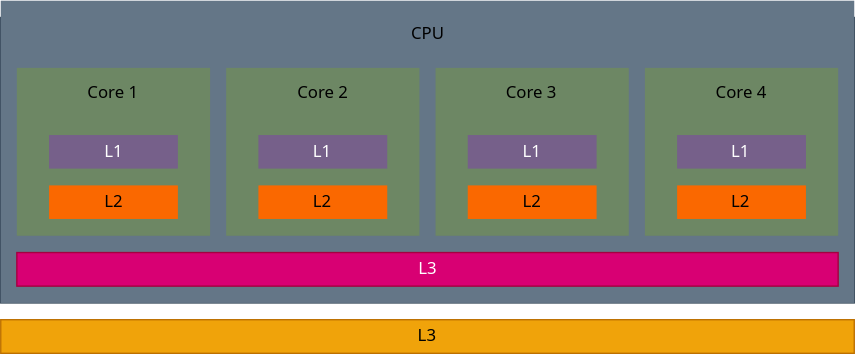
Earlier version of the draw.io export docs/assets/images/cpu_cache.svg (leonhartyao/leonhartyao.github.io). Source tidied: cells renumbered, new cells last; positions are measured from the earlier drawing's top-left corner, leaving out a move shared by most shapes. The source it was exported from:
```xml
<mxGraphModel>
  <root>
    <mxCell id="0" />
    <mxCell id="1" parent="0" />
    <mxCell id="2" style="group;" parent="1" vertex="1">
      <mxGeometry y="12" width="610" height="240" as="geometry" />
    </mxCell>
    <mxCell id="3" style="group;fillColor=#647687;fontColor=#ffffff;strokeColor=#314354;" parent="2" vertex="1">
      <mxGeometry width="610" height="204" as="geometry" />
    </mxCell>
    <mxCell id="4" style="rounded=0;whiteSpace=wrap;html=1;fillColor=#647687;strokeColor=none;fontColor=#ffffff;" parent="3" vertex="1">
      <mxGeometry y="-12" width="610" height="216" as="geometry" />
    </mxCell>
    <mxCell id="5" value="&lt;font face=&quot;Noto Sans&quot;&gt;CPU&lt;/font&gt;" style="text;html=1;strokeColor=none;fillColor=none;align=center;verticalAlign=middle;whiteSpace=wrap;rounded=0;" parent="3" vertex="1">
      <mxGeometry x="152.5" y="-12" width="305" height="48" as="geometry" />
    </mxCell>
    <mxCell id="6" value="&lt;font face=&quot;Noto Sans&quot;&gt;L3&lt;/font&gt;" style="rounded=0;whiteSpace=wrap;html=1;fontFamily=Times New Roman;fillColor=#d80073;strokeColor=#A50040;fontColor=#ffffff;" parent="2" vertex="1">
      <mxGeometry x="11.5" y="168" width="587" height="24" as="geometry" />
    </mxCell>
    <mxCell id="7" style="group;" parent="2" vertex="1">
      <mxGeometry x="11.5" y="36" width="138.1" height="120" as="geometry" />
    </mxCell>
    <mxCell id="8" style="rounded=0;whiteSpace=wrap;html=1;fillColor=#6d8764;strokeColor=none;fontColor=#ffffff;" parent="7" vertex="1">
      <mxGeometry width="138.1" height="120" as="geometry" />
    </mxCell>
    <mxCell id="9" value="&lt;font face=&quot;Noto Sans&quot;&gt;Core 1&lt;/font&gt;" style="text;html=1;strokeColor=none;fillColor=none;align=center;verticalAlign=middle;whiteSpace=wrap;rounded=0;" parent="7" vertex="1">
      <mxGeometry x="34.5" width="69.1" height="36" as="geometry" />
    </mxCell>
    <mxCell id="10" value="&lt;font face=&quot;Noto Sans&quot;&gt;L1&lt;/font&gt;" style="rounded=0;whiteSpace=wrap;html=1;fontFamily=Times New Roman;fillColor=#76608a;fontColor=#ffffff;strokeColor=none;" parent="7" vertex="1">
      <mxGeometry x="23" y="48" width="92.1" height="24" as="geometry" />
    </mxCell>
    <mxCell id="11" value="&lt;font face=&quot;Noto Sans&quot;&gt;L2&lt;/font&gt;" style="rounded=0;whiteSpace=wrap;html=1;fontFamily=Times New Roman;fillColor=#fa6800;fontColor=#000000;strokeColor=none;" parent="7" vertex="1">
      <mxGeometry x="23" y="84" width="92.1" height="24" as="geometry" />
    </mxCell>
    <mxCell id="12" style="group;" parent="2" vertex="1">
      <mxGeometry x="161.1" y="36" width="138.1" height="120" as="geometry" />
    </mxCell>
    <mxCell id="13" style="rounded=0;whiteSpace=wrap;html=1;fillColor=#6d8764;strokeColor=none;fontColor=#ffffff;" parent="12" vertex="1">
      <mxGeometry width="138.1" height="120" as="geometry" />
    </mxCell>
    <mxCell id="14" value="&lt;font face=&quot;Noto Sans&quot;&gt;Core 2&lt;/font&gt;" style="text;html=1;strokeColor=none;fillColor=none;align=center;verticalAlign=middle;whiteSpace=wrap;rounded=0;" parent="12" vertex="1">
      <mxGeometry x="34.5" width="69.1" height="36" as="geometry" />
    </mxCell>
    <mxCell id="15" value="&lt;font face=&quot;Noto Sans&quot;&gt;L1&lt;/font&gt;" style="rounded=0;whiteSpace=wrap;html=1;fontFamily=Times New Roman;fillColor=#76608a;fontColor=#ffffff;strokeColor=none;" parent="12" vertex="1">
      <mxGeometry x="23" y="48" width="92.1" height="24" as="geometry" />
    </mxCell>
    <mxCell id="16" value="&lt;font face=&quot;Noto Sans&quot;&gt;L2&lt;/font&gt;" style="rounded=0;whiteSpace=wrap;html=1;fontFamily=Times New Roman;fillColor=#fa6800;fontColor=#000000;strokeColor=none;" parent="12" vertex="1">
      <mxGeometry x="23" y="84" width="92.1" height="24" as="geometry" />
    </mxCell>
    <mxCell id="17" style="group;" parent="2" vertex="1">
      <mxGeometry x="310.8" y="36" width="138.1" height="120" as="geometry" />
    </mxCell>
    <mxCell id="18" style="rounded=0;whiteSpace=wrap;html=1;fillColor=#6d8764;strokeColor=none;fontColor=#ffffff;" parent="17" vertex="1">
      <mxGeometry width="138.1" height="120" as="geometry" />
    </mxCell>
    <mxCell id="19" value="&lt;font face=&quot;Noto Sans&quot;&gt;Core 3&lt;/font&gt;" style="text;html=1;strokeColor=none;fillColor=none;align=center;verticalAlign=middle;whiteSpace=wrap;rounded=0;" parent="17" vertex="1">
      <mxGeometry x="34.5" width="69.1" height="36" as="geometry" />
    </mxCell>
    <mxCell id="20" value="&lt;font face=&quot;Noto Sans&quot;&gt;L1&lt;/font&gt;" style="rounded=0;whiteSpace=wrap;html=1;fontFamily=Times New Roman;fillColor=#76608a;fontColor=#ffffff;strokeColor=none;" parent="17" vertex="1">
      <mxGeometry x="23" y="48" width="92.1" height="24" as="geometry" />
    </mxCell>
    <mxCell id="21" value="&lt;font face=&quot;Noto Sans&quot;&gt;L2&lt;/font&gt;" style="rounded=0;whiteSpace=wrap;html=1;fontFamily=Times New Roman;fillColor=#fa6800;fontColor=#000000;strokeColor=none;" parent="17" vertex="1">
      <mxGeometry x="23" y="84" width="92.1" height="24" as="geometry" />
    </mxCell>
    <mxCell id="22" style="group;" parent="2" vertex="1">
      <mxGeometry x="460.4" y="36" width="138.1" height="120" as="geometry" />
    </mxCell>
    <mxCell id="23" style="rounded=0;whiteSpace=wrap;html=1;fillColor=#6d8764;strokeColor=none;fontColor=#ffffff;" parent="22" vertex="1">
      <mxGeometry width="138.1" height="120" as="geometry" />
    </mxCell>
    <mxCell id="24" value="&lt;font face=&quot;Noto Sans&quot;&gt;Core 4&lt;/font&gt;" style="text;html=1;strokeColor=none;fillColor=none;align=center;verticalAlign=middle;whiteSpace=wrap;rounded=0;" parent="22" vertex="1">
      <mxGeometry x="34.5" width="69.1" height="36" as="geometry" />
    </mxCell>
    <mxCell id="25" value="&lt;font face=&quot;Noto Sans&quot;&gt;L1&lt;/font&gt;" style="rounded=0;whiteSpace=wrap;html=1;fontFamily=Times New Roman;fillColor=#76608a;fontColor=#ffffff;strokeColor=none;" parent="22" vertex="1">
      <mxGeometry x="23" y="48" width="92.1" height="24" as="geometry" />
    </mxCell>
    <mxCell id="26" value="&lt;font face=&quot;Noto Sans&quot;&gt;L2&lt;/font&gt;" style="rounded=0;whiteSpace=wrap;html=1;fontFamily=Times New Roman;fillColor=#fa6800;fontColor=#000000;strokeColor=none;" parent="22" vertex="1">
      <mxGeometry x="23" y="84" width="92.1" height="24" as="geometry" />
    </mxCell>
    <mxCell id="27" value="&lt;font face=&quot;Noto Sans&quot;&gt;L3&lt;/font&gt;" style="rounded=0;whiteSpace=wrap;html=1;fontFamily=Times New Roman;fillColor=#f0a30a;fontColor=#000000;strokeColor=#BD7000;" parent="2" vertex="1">
      <mxGeometry y="216" width="610" height="24" as="geometry" />
    </mxCell>
  </root>
</mxGraphModel>
```
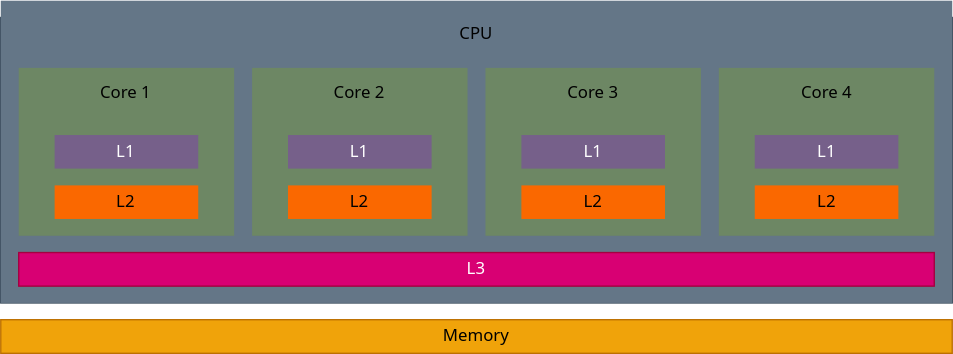
Later version of the same file.

What changed in the source:
```diff
@@ -3,82 +3,82 @@
     <mxCell id="0" />
     <mxCell id="1" parent="0" />
     <mxCell id="2" style="group;" parent="1" vertex="1">
-      <mxGeometry y="12" width="610" height="240" as="geometry" />
+      <mxGeometry y="12" width="680" height="240" as="geometry" />
     </mxCell>
     <mxCell id="3" style="group;fillColor=#647687;fontColor=#ffffff;strokeColor=#314354;" parent="2" vertex="1">
-      <mxGeometry width="610" height="204" as="geometry" />
+      <mxGeometry width="680" height="204" as="geometry" />
     </mxCell>
     <mxCell id="4" style="rounded=0;whiteSpace=wrap;html=1;fillColor=#647687;strokeColor=none;fontColor=#ffffff;" parent="3" vertex="1">
-      <mxGeometry y="-12" width="610" height="216" as="geometry" />
+      <mxGeometry y="-12" width="680" height="216" as="geometry" />
     </mxCell>
     <mxCell id="5" value="&lt;font face=&quot;Noto Sans&quot;&gt;CPU&lt;/font&gt;" style="text;html=1;strokeColor=none;fillColor=none;align=center;verticalAlign=middle;whiteSpace=wrap;rounded=0;" parent="3" vertex="1">
-      <mxGeometry x="152.5" y="-12" width="305" height="48" as="geometry" />
+      <mxGeometry x="170" y="-12" width="340" height="48" as="geometry" />
     </mxCell>
     <mxCell id="6" value="&lt;font face=&quot;Noto Sans&quot;&gt;L3&lt;/font&gt;" style="rounded=0;whiteSpace=wrap;html=1;fontFamily=Times New Roman;fillColor=#d80073;strokeColor=#A50040;fontColor=#ffffff;" parent="2" vertex="1">
-      <mxGeometry x="11.5" y="168" width="587" height="24" as="geometry" />
+      <mxGeometry x="12.8" y="168" width="654.3" height="24" as="geometry" />
     </mxCell>
     <mxCell id="7" style="group;" parent="2" vertex="1">
-      <mxGeometry x="11.5" y="36" width="138.1" height="120" as="geometry" />
+      <mxGeometry x="12.8" y="36" width="154" height="120" as="geometry" />
     </mxCell>
     <mxCell id="8" style="rounded=0;whiteSpace=wrap;html=1;fillColor=#6d8764;strokeColor=none;fontColor=#ffffff;" parent="7" vertex="1">
-      <mxGeometry width="138.1" height="120" as="geometry" />
+      <mxGeometry width="154" height="120" as="geometry" />
     </mxCell>
     <mxCell id="9" value="&lt;font face=&quot;Noto Sans&quot;&gt;Core 1&lt;/font&gt;" style="text;html=1;strokeColor=none;fillColor=none;align=center;verticalAlign=middle;whiteSpace=wrap;rounded=0;" parent="7" vertex="1">
-      <mxGeometry x="34.5" width="69.1" height="36" as="geometry" />
+      <mxGeometry x="38.5" width="77" height="36" as="geometry" />
     </mxCell>
     <mxCell id="10" value="&lt;font face=&quot;Noto Sans&quot;&gt;L1&lt;/font&gt;" style="rounded=0;whiteSpace=wrap;html=1;fontFamily=Times New Roman;fillColor=#76608a;fontColor=#ffffff;strokeColor=none;" parent="7" vertex="1">
-      <mxGeometry x="23" y="48" width="92.1" height="24" as="geometry" />
+      <mxGeometry x="25.7" y="48" width="102.6" height="24" as="geometry" />
     </mxCell>
     <mxCell id="11" value="&lt;font face=&quot;Noto Sans&quot;&gt;L2&lt;/font&gt;" style="rounded=0;whiteSpace=wrap;html=1;fontFamily=Times New Roman;fillColor=#fa6800;fontColor=#000000;strokeColor=none;" parent="7" vertex="1">
-      <mxGeometry x="23" y="84" width="92.1" height="24" as="geometry" />
+      <mxGeometry x="25.7" y="84" width="102.6" height="24" as="geometry" />
     </mxCell>
     <mxCell id="12" style="group;" parent="2" vertex="1">
-      <mxGeometry x="161.1" y="36" width="138.1" height="120" as="geometry" />
+      <mxGeometry x="179.6" y="36" width="154" height="120" as="geometry" />
     </mxCell>
     <mxCell id="13" style="rounded=0;whiteSpace=wrap;html=1;fillColor=#6d8764;strokeColor=none;fontColor=#ffffff;" parent="12" vertex="1">
-      <mxGeometry width="138.1" height="120" as="geometry" />
+      <mxGeometry width="154" height="120" as="geometry" />
     </mxCell>
     <mxCell id="14" value="&lt;font face=&quot;Noto Sans&quot;&gt;Core 2&lt;/font&gt;" style="text;html=1;strokeColor=none;fillColor=none;align=center;verticalAlign=middle;whiteSpace=wrap;rounded=0;" parent="12" vertex="1">
-      <mxGeometry x="34.5" width="69.1" height="36" as="geometry" />
+      <mxGeometry x="38.5" width="77" height="36" as="geometry" />
     </mxCell>
     <mxCell id="15" value="&lt;font face=&quot;Noto Sans&quot;&gt;L1&lt;/font&gt;" style="rounded=0;whiteSpace=wrap;html=1;fontFamily=Times New Roman;fillColor=#76608a;fontColor=#ffffff;strokeColor=none;" parent="12" vertex="1">
-      <mxGeometry x="23" y="48" width="92.1" height="24" as="geometry" />
+      <mxGeometry x="25.7" y="48" width="102.6" height="24" as="geometry" />
     </mxCell>
     <mxCell id="16" value="&lt;font face=&quot;Noto Sans&quot;&gt;L2&lt;/font&gt;" style="rounded=0;whiteSpace=wrap;html=1;fontFamily=Times New Roman;fillColor=#fa6800;fontColor=#000000;strokeColor=none;" parent="12" vertex="1">
-      <mxGeometry x="23" y="84" width="92.1" height="24" as="geometry" />
+      <mxGeometry x="25.7" y="84" width="102.6" height="24" as="geometry" />
     </mxCell>
     <mxCell id="17" style="group;" parent="2" vertex="1">
-      <mxGeometry x="310.8" y="36" width="138.1" height="120" as="geometry" />
+      <mxGeometry x="346.4" y="36" width="154" height="120" as="geometry" />
     </mxCell>
     <mxCell id="18" style="rounded=0;whiteSpace=wrap;html=1;fillColor=#6d8764;strokeColor=none;fontColor=#ffffff;" parent="17" vertex="1">
-      <mxGeometry width="138.1" height="120" as="geometry" />
+      <mxGeometry width="154" height="120" as="geometry" />
     </mxCell>
     <mxCell id="19" value="&lt;font face=&quot;Noto Sans&quot;&gt;Core 3&lt;/font&gt;" style="text;html=1;strokeColor=none;fillColor=none;align=center;verticalAlign=middle;whiteSpace=wrap;rounded=0;" parent="17" vertex="1">
-      <mxGeometry x="34.5" width="69.1" height="36" as="geometry" />
+      <mxGeometry x="38.5" width="77" height="36" as="geometry" />
     </mxCell>
     <mxCell id="20" value="&lt;font face=&quot;Noto Sans&quot;&gt;L1&lt;/font&gt;" style="rounded=0;whiteSpace=wrap;html=1;fontFamily=Times New Roman;fillColor=#76608a;fontColor=#ffffff;strokeColor=none;" parent="17" vertex="1">
-      <mxGeometry x="23" y="48" width="92.1" height="24" as="geometry" />
+      <mxGeometry x="25.7" y="48" width="102.6" height="24" as="geometry" />
     </mxCell>
     <mxCell id="21" value="&lt;font face=&quot;Noto Sans&quot;&gt;L2&lt;/font&gt;" style="rounded=0;whiteSpace=wrap;html=1;fontFamily=Times New Roman;fillColor=#fa6800;fontColor=#000000;strokeColor=none;" parent="17" vertex="1">
-      <mxGeometry x="23" y="84" width="92.1" height="24" as="geometry" />
+      <mxGeometry x="25.7" y="84" width="102.6" height="24" as="geometry" />
     </mxCell>
     <mxCell id="22" style="group;" parent="2" vertex="1">
-      <mxGeometry x="460.4" y="36" width="138.1" height="120" as="geometry" />
+      <mxGeometry x="513.2" y="36" width="154" height="120" as="geometry" />
     </mxCell>
     <mxCell id="23" style="rounded=0;whiteSpace=wrap;html=1;fillColor=#6d8764;strokeColor=none;fontColor=#ffffff;" parent="22" vertex="1">
-      <mxGeometry width="138.1" height="120" as="geometry" />
+      <mxGeometry width="154" height="120" as="geometry" />
     </mxCell>
     <mxCell id="24" value="&lt;font face=&quot;Noto Sans&quot;&gt;Core 4&lt;/font&gt;" style="text;html=1;strokeColor=none;fillColor=none;align=center;verticalAlign=middle;whiteSpace=wrap;rounded=0;" parent="22" vertex="1">
-      <mxGeometry x="34.5" width="69.1" height="36" as="geometry" />
+      <mxGeometry x="38.5" width="77" height="36" as="geometry" />
     </mxCell>
     <mxCell id="25" value="&lt;font face=&quot;Noto Sans&quot;&gt;L1&lt;/font&gt;" style="rounded=0;whiteSpace=wrap;html=1;fontFamily=Times New Roman;fillColor=#76608a;fontColor=#ffffff;strokeColor=none;" parent="22" vertex="1">
-      <mxGeometry x="23" y="48" width="92.1" height="24" as="geometry" />
+      <mxGeometry x="25.7" y="48" width="102.6" height="24" as="geometry" />
     </mxCell>
     <mxCell id="26" value="&lt;font face=&quot;Noto Sans&quot;&gt;L2&lt;/font&gt;" style="rounded=0;whiteSpace=wrap;html=1;fontFamily=Times New Roman;fillColor=#fa6800;fontColor=#000000;strokeColor=none;" parent="22" vertex="1">
-      <mxGeometry x="23" y="84" width="92.1" height="24" as="geometry" />
+      <mxGeometry x="25.7" y="84" width="102.6" height="24" as="geometry" />
     </mxCell>
-    <mxCell id="27" value="&lt;font face=&quot;Noto Sans&quot;&gt;L3&lt;/font&gt;" style="rounded=0;whiteSpace=wrap;html=1;fontFamily=Times New Roman;fillColor=#f0a30a;fontColor=#000000;strokeColor=#BD7000;" parent="2" vertex="1">
-      <mxGeometry y="216" width="610" height="24" as="geometry" />
+    <mxCell id="27" value="&lt;font face=&quot;Noto Sans&quot;&gt;Memory&lt;/font&gt;" style="rounded=0;whiteSpace=wrap;html=1;fontFamily=Times New Roman;fillColor=#f0a30a;fontColor=#000000;strokeColor=#BD7000;" parent="2" vertex="1">
+      <mxGeometry y="216" width="680" height="24" as="geometry" />
     </mxCell>
   </root>
 </mxGraphModel>
```
